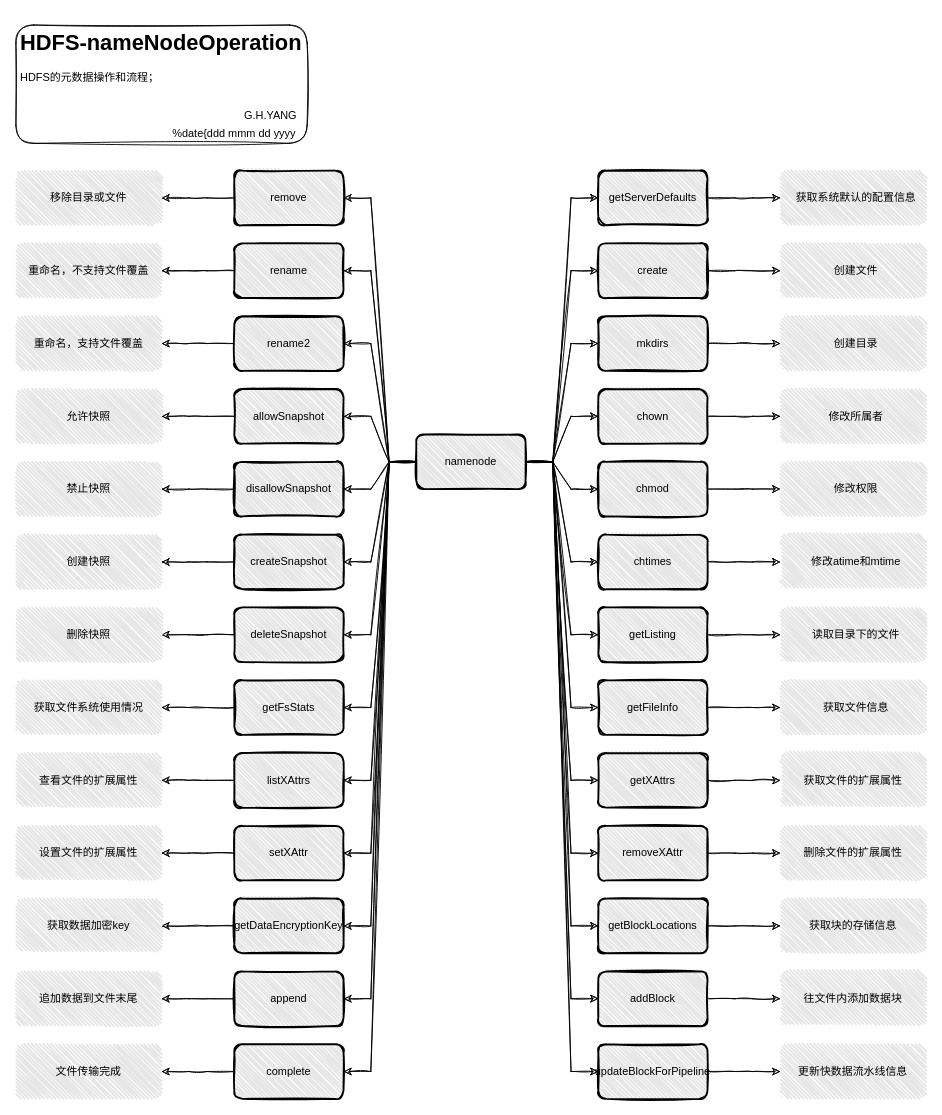
Before: page "operations" (2 of 2) of Protocol/HDFS/nameNodeOperations.drawio in EarthWind/blogs, a draw.io diagram. Source tidied: cells renumbered, new cells numbered last; positions are measured from the earlier drawing's top-left corner, leaving out a move shared by most shapes. Both pictures are drawn from the tidied source at 91%, with x=0, y=0 at pixel (15, 25).
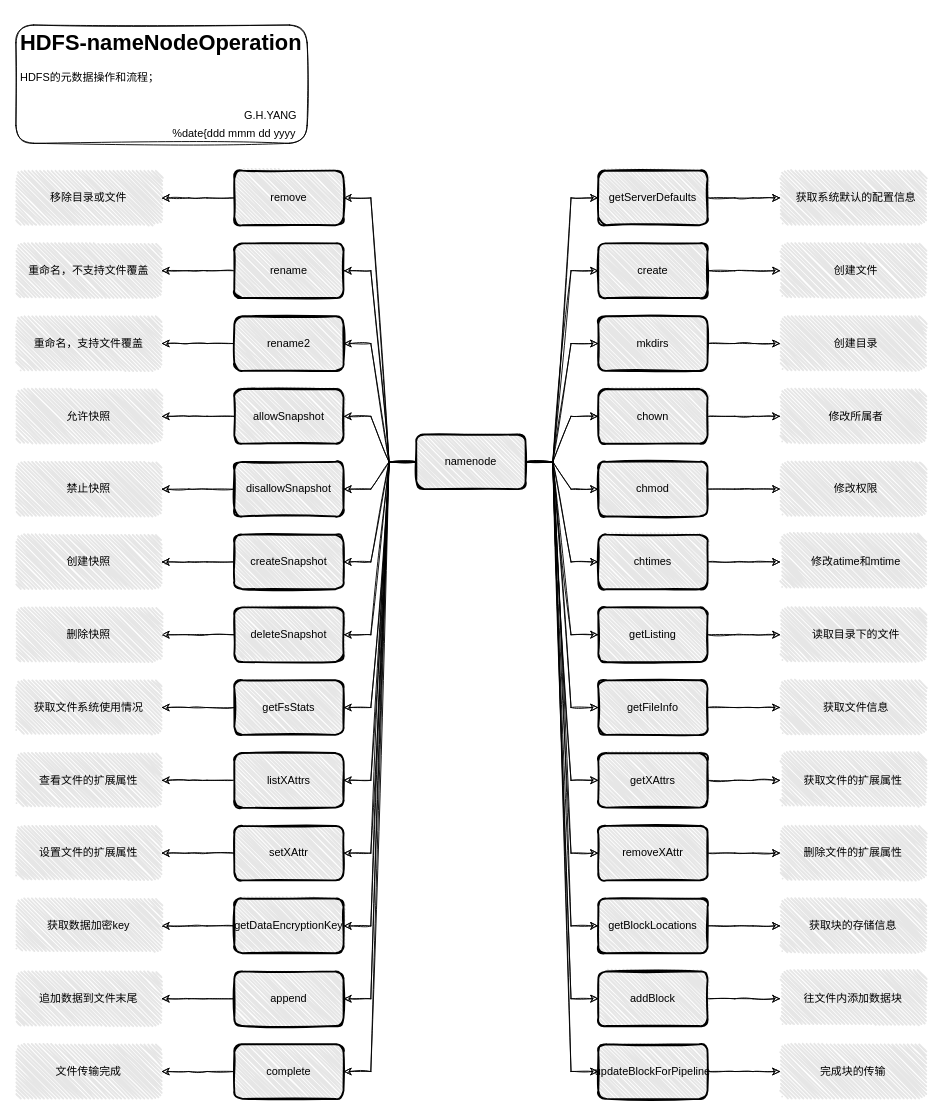
After the change.

The edit, as a diff of the source:
```diff
@@
-    <mxCell id="110" value="更新快数据流水线信息" style="rounded=1;whiteSpace=wrap;html=1;strokeWidth=2;fillWeight=2;hachureGap=3;hachureAngle=45;sketch=1;fillColor=#E6E6E6;strokeColor=none;align=center;" parent="1" vertex="1">
+    <mxCell id="110" value="完成块的传输" style="rounded=1;whiteSpace=wrap;html=1;strokeWidth=2;fillWeight=2;hachureGap=3;hachureAngle=45;sketch=1;fillColor=#E6E6E6;strokeColor=none;align=center;" parent="1" vertex="1">
       <mxGeometry x="840" y="1120" width="160" height="60" as="geometry" />
     </mxCell>
```
